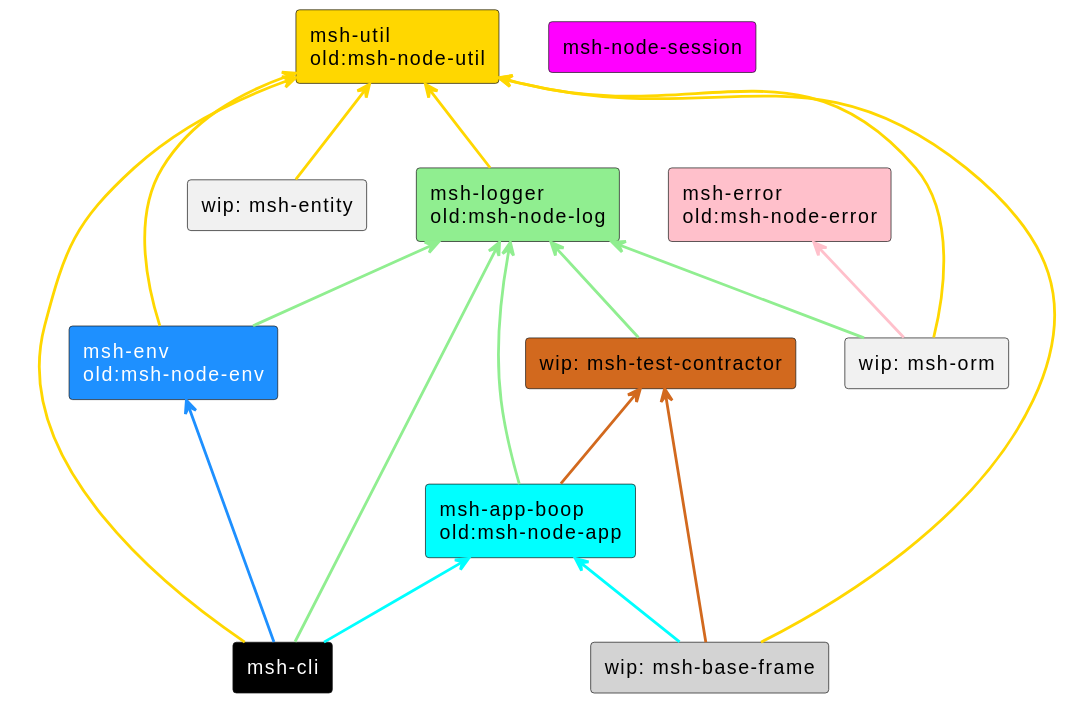
Before: resource/diagram/project-rlation.svg, a diagram exported from PlantUML (beecode-rs/msh). Its diagram source:
```plantuml
@startuml
<style>
arrow {
  LineThickness 2
}
</style>


!$error_color = pink
!$node_session_color = Magenta
!$util_color = gold
!$logger_color = lightgreen
!$app_boot_color = cyan
!$test_contractor_color = chocolate
!$env_color = DodgerBlue
!$base_frame_color = lightgray
!$cli_color = black

rectangle "msh-error\nold:msh-node-error" as error #$error_color

rectangle "msh-node-session" as node_session #$node_session_color
rectangle "msh-util\nold:msh-node-util" as util #$util_color
rectangle "msh-logger\nold:msh-node-log" as logger #$logger_color

rectangle "msh-app-boop\nold:msh-node-app" as app_boot #$app_boot_color
rectangle "wip: msh-test-contractor" as test_contractor #$test_contractor_color
rectangle "msh-env\nold:msh-node-env" as env #$env_color;text:white

rectangle "wip: msh-base-frame" as base_frame #$base_frame_color
rectangle "msh-cli" as cli #$cli_color;text:white

rectangle "wip: msh-entity" as entity
rectangle "wip: msh-orm" as orm


base_frame -up-> app_boot #$app_boot_color
base_frame -up-> test_contractor #$test_contractor_color
base_frame -up-> util #$util_color


app_boot -up-> logger #$logger_color
app_boot -up-> test_contractor #$test_contractor_color


cli -up-> app_boot #$app_boot_color
cli -up-> env #$env_color
cli -up-> logger #$logger_color
cli -up-> util #$util_color


env -up-> logger #$logger_color
env -up-> util #$util_color


test_contractor -up-> logger #$logger_color

logger -up-> util #$util_color

entity -up-> util #$util_color


orm -up-> util #$util_color
orm -up-> error #$error_color
orm -up-> logger #$logger_color
@enduml
```
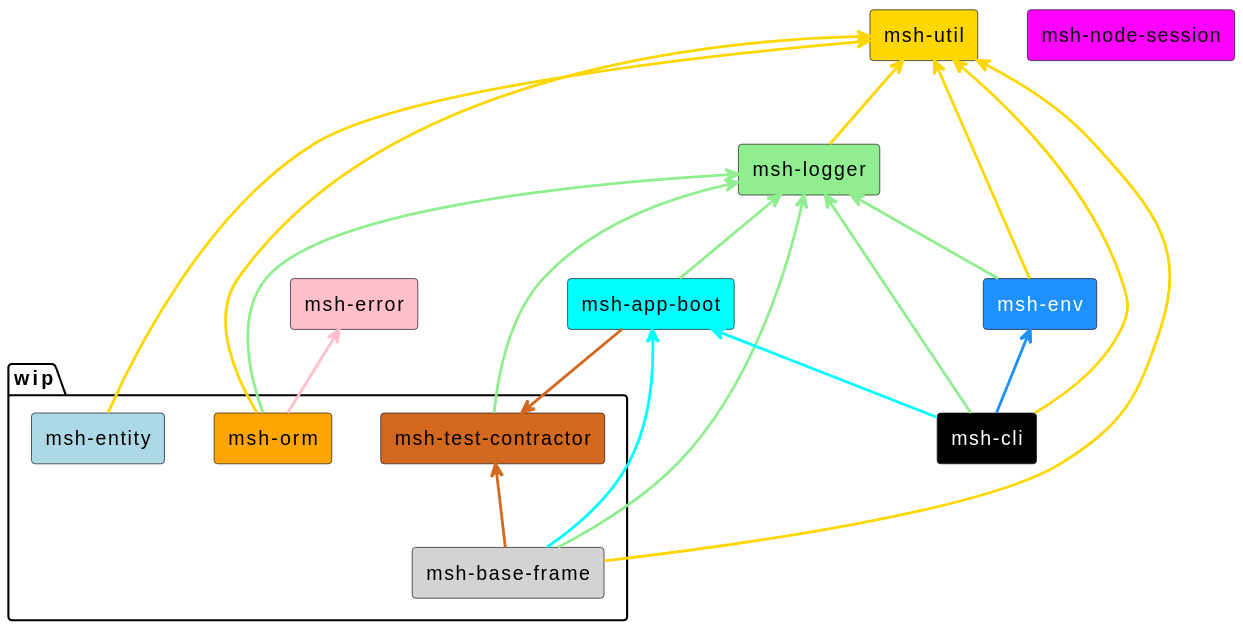
The same file after the commit.

What changed in the source:
```diff
@@ -6,40 +6,44 @@
 </style>
 
 
+!$util_color = gold
+!$node_session_color = Magenta
 !$error_color = pink
-!$node_session_color = Magenta
-!$util_color = gold
 !$logger_color = lightgreen
+!$env_color = DodgerBlue
 !$app_boot_color = cyan
-!$test_contractor_color = chocolate
-!$env_color = DodgerBlue
-!$base_frame_color = lightgray
 !$cli_color = black
 
-rectangle "msh-error\nold:msh-node-error" as error #$error_color
+!$entity_color = lightblue
+!$orm_color = orange
+!$test_contractor_color = chocolate
+!$base_frame_color = lightgray
 
+rectangle "msh-util" as util #$util_color
 rectangle "msh-node-session" as node_session #$node_session_color
-rectangle "msh-util\nold:msh-node-util" as util #$util_color
-rectangle "msh-logger\nold:msh-node-log" as logger #$logger_color
-
-rectangle "msh-app-boop\nold:msh-node-app" as app_boot #$app_boot_color
-rectangle "wip: msh-test-contractor" as test_contractor #$test_contractor_color
-rectangle "msh-env\nold:msh-node-env" as env #$env_color;text:white
-
-rectangle "wip: msh-base-frame" as base_frame #$base_frame_color
+rectangle "msh-error" as error #$error_color
+rectangle "msh-logger" as logger #$logger_color
+rectangle "msh-env" as env #$env_color;text:white
+rectangle "msh-app-boot" as app_boot #$app_boot_color
 rectangle "msh-cli" as cli #$cli_color;text:white
 
-rectangle "wip: msh-entity" as entity
-rectangle "wip: msh-orm" as orm
+folder wip {
 
+  rectangle "msh-test-contractor" as test_contractor #$test_contractor_color
+  rectangle "msh-base-frame" as base_frame #$base_frame_color
+
+  rectangle "msh-entity" as entity #$entity_color
+  rectangle "msh-orm" as orm #$orm_color
+}
 
 base_frame -up-> app_boot #$app_boot_color
 base_frame -up-> test_contractor #$test_contractor_color
 base_frame -up-> util #$util_color
+base_frame -up-> logger #$logger_color
 
 
 app_boot -up-> logger #$logger_color
-app_boot -up-> test_contractor #$test_contractor_color
+app_boot -down-> test_contractor #$test_contractor_color
 
 
 cli -up-> app_boot #$app_boot_color
```
